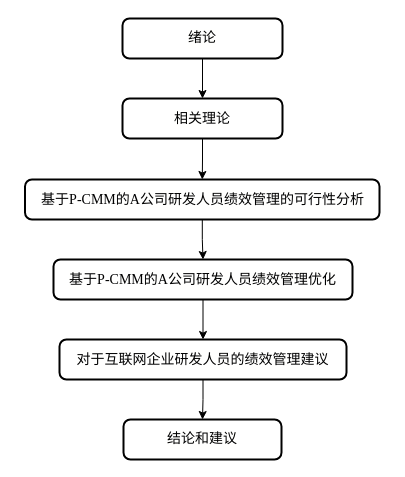
Before: 未命名绘图.drawio in guzhenhuaGitHub/draw_io, a draw.io diagram. Source tidied: cells renumbered, new cells numbered last; positions are measured from the earlier drawing's top-left corner, leaving out a move shared by most shapes. Both pictures are drawn from the tidied source at 100%, with x=0, y=0 at pixel (24, 18).
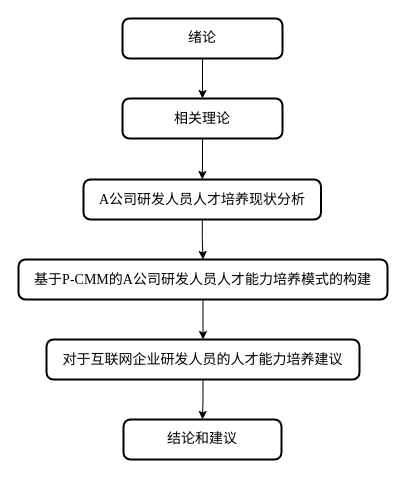
The same diagram, later.

Commit message:
更新未命名绘图.drawio

Diff of the diagram source:
```diff
@@
 <mxGraphModel>
   <root>
     <mxCell id="0" />
     <mxCell id="1" parent="0" />
     <mxCell id="2" style="edgeStyle=orthogonalEdgeStyle;rounded=0;jettySize=auto;html=1;" parent="1" edge="1" source="3" target="12">
       <mxGeometry relative="1" as="geometry" />
     </mxCell>
     <mxCell id="3" value="&lt;div style=&quot;background-color: rgb(255, 255, 254); font-family: Consolas, &amp;quot;Courier New&amp;quot;, monospace; font-size: 14px; line-height: 19px; white-space: pre;&quot;&gt;&lt;span&gt;&lt;font style=&quot;color: rgb(0, 0, 0);&quot;&gt;绪论&lt;/font&gt;&lt;/span&gt;&lt;/div&gt;" style="rounded=1;whiteSpace=wrap;html=1;absoluteArcSize=1;arcSize=14;strokeWidth=2;" parent="1" vertex="1">
       <mxGeometry x="98" width="160" height="40" as="geometry" />
     </mxCell>
     <mxCell id="4" style="edgeStyle=orthogonalEdgeStyle;rounded=0;jettySize=auto;html=1;" parent="1" edge="1" source="5" target="7">
       <mxGeometry relative="1" as="geometry" />
     </mxCell>
-    <mxCell id="5" value="&lt;div style=&quot;background-color: rgb(255, 255, 254); font-family: Consolas, &amp;quot;Courier New&amp;quot;, monospace; font-size: 14px; line-height: 19px; white-space: pre;&quot;&gt;&lt;p class=&quot;MsoNormal&quot;&gt;&lt;span style=&quot;mso-spacerun:'yes';font-family:宋体;font-size:10.5000pt;&lt;br/&gt;mso-font-kerning:1.0000pt;&quot;&gt;&lt;font face=&quot;宋体&quot;&gt;基于&lt;/font&gt;&lt;font face=&quot;Times New Roman&quot;&gt;P-CMM&lt;/font&gt;&lt;font face=&quot;宋体&quot;&gt;的&lt;/font&gt;&lt;font face=&quot;Times New Roman&quot;&gt;A&lt;/font&gt;&lt;font face=&quot;宋体&quot;&gt;公司研发人员绩效管理优化&lt;/font&gt;&lt;/span&gt;&lt;/p&gt;&lt;/div&gt;" style="rounded=1;whiteSpace=wrap;html=1;absoluteArcSize=1;arcSize=14;strokeWidth=2;" parent="1" vertex="1">
-      <mxGeometry x="29" y="241" width="299" height="40" as="geometry" />
+    <mxCell id="5" value="&lt;div style=&quot;background-color: rgb(255, 255, 254); font-family: Consolas, &amp;quot;Courier New&amp;quot;, monospace; font-size: 14px; line-height: 19px; white-space: pre;&quot;&gt;&lt;p class=&quot;MsoNormal&quot;&gt;&lt;span style=&quot;mso-spacerun:'yes';font-family:宋体;font-size:10.5000pt;&lt;br/&gt;mso-font-kerning:1.0000pt;&quot;&gt;&lt;font face=&quot;宋体&quot;&gt;基于&lt;/font&gt;&lt;font face=&quot;Times New Roman&quot;&gt;P-CMM&lt;/font&gt;&lt;font face=&quot;宋体&quot;&gt;的&lt;/font&gt;&lt;font face=&quot;Times New Roman&quot;&gt;A&lt;/font&gt;&lt;font face=&quot;宋体&quot;&gt;公司研发人员人才能力培养模式的构建&lt;/font&gt;&lt;/span&gt;&lt;/p&gt;&lt;/div&gt;" style="rounded=1;whiteSpace=wrap;html=1;absoluteArcSize=1;arcSize=14;strokeWidth=2;" parent="1" vertex="1">
+      <mxGeometry x="-6" y="241" width="369" height="40" as="geometry" />
     </mxCell>
     <mxCell id="6" style="edgeStyle=orthogonalEdgeStyle;rounded=0;jettySize=auto;html=1;" parent="1" edge="1" source="7" target="8">
       <mxGeometry relative="1" as="geometry" />
     </mxCell>
-    <mxCell id="7" value="&lt;div style=&quot;background-color: rgb(255, 255, 254); font-family: Consolas, &amp;quot;Courier New&amp;quot;, monospace; font-size: 14px; line-height: 19px; white-space: pre;&quot;&gt;&lt;p class=&quot;MsoNormal&quot;&gt;&lt;span style=&quot;mso-spacerun:'yes';font-family:宋体;font-size:10.5000pt;&lt;br/&gt;mso-font-kerning:1.0000pt;&quot;&gt;对于互联网企业研发人员的绩效管理建议&lt;/span&gt;&lt;/p&gt;&lt;/div&gt;" style="rounded=1;whiteSpace=wrap;html=1;absoluteArcSize=1;arcSize=14;strokeWidth=2;" parent="1" vertex="1">
-      <mxGeometry x="35" y="321" width="287" height="40" as="geometry" />
+    <mxCell id="7" value="&lt;div style=&quot;background-color: rgb(255, 255, 254); font-family: Consolas, &amp;quot;Courier New&amp;quot;, monospace; font-size: 14px; line-height: 19px; white-space: pre;&quot;&gt;&lt;p class=&quot;MsoNormal&quot;&gt;&lt;span style=&quot;mso-spacerun:'yes';font-family:宋体;font-size:10.5000pt;&lt;br/&gt;mso-font-kerning:1.0000pt;&quot;&gt;对于互联网企业研发人员的人才能力培养建议&lt;/span&gt;&lt;/p&gt;&lt;/div&gt;" style="rounded=1;whiteSpace=wrap;html=1;absoluteArcSize=1;arcSize=14;strokeWidth=2;" parent="1" vertex="1">
+      <mxGeometry x="22" y="321" width="313" height="40" as="geometry" />
     </mxCell>
     <mxCell id="8" value="&lt;div style=&quot;background-color: rgb(255, 255, 254); font-family: Consolas, &amp;quot;Courier New&amp;quot;, monospace; font-size: 14px; line-height: 19px; white-space: pre;&quot;&gt;&lt;div style=&quot;line-height: 19px;&quot;&gt;&lt;span style=&quot;&quot;&gt;结论和建议&lt;/span&gt;&lt;/div&gt;&lt;/div&gt;" style="rounded=1;whiteSpace=wrap;html=1;absoluteArcSize=1;arcSize=14;strokeWidth=2;fontColor=#000000;" parent="1" vertex="1">
       <mxGeometry x="99" y="401" width="158" height="40" as="geometry" />
     </mxCell>
     <mxCell id="9" style="edgeStyle=orthogonalEdgeStyle;rounded=0;jettySize=auto;html=1;" parent="1" edge="1" source="10" target="5">
       <mxGeometry relative="1" as="geometry" />
     </mxCell>
-    <mxCell id="10" value="&lt;div style=&quot;background-color: rgb(255, 255, 254); font-family: Consolas, &amp;quot;Courier New&amp;quot;, monospace; font-size: 14px; line-height: 19px; white-space: pre;&quot;&gt;&lt;p class=&quot;MsoNormal&quot;&gt;&lt;span style=&quot;mso-spacerun:'yes';font-family:宋体;font-size:10.5000pt;&lt;br/&gt;mso-font-kerning:1.0000pt;&quot;&gt;&lt;font face=&quot;宋体&quot;&gt;基于&lt;/font&gt;&lt;font face=&quot;Times New Roman&quot;&gt;P-CMM&lt;/font&gt;&lt;font face=&quot;宋体&quot;&gt;的&lt;/font&gt;&lt;font face=&quot;Times New Roman&quot;&gt;A&lt;/font&gt;&lt;font face=&quot;宋体&quot;&gt;公司研发人员绩效管理的可行性分析&lt;/font&gt;&lt;/span&gt;&lt;/p&gt;&lt;/div&gt;" style="rounded=1;whiteSpace=wrap;html=1;absoluteArcSize=1;arcSize=14;strokeWidth=2;" parent="1" vertex="1">
-      <mxGeometry x="0.5" y="161" width="354.5" height="40" as="geometry" />
+    <mxCell id="10" value="&lt;div style=&quot;background-color: rgb(255, 255, 254); font-family: Consolas, &amp;quot;Courier New&amp;quot;, monospace; font-size: 14px; line-height: 19px; white-space: pre;&quot;&gt;&lt;p class=&quot;MsoNormal&quot;&gt;&lt;span style=&quot;mso-spacerun:'yes';font-family:宋体;font-size:10.5000pt;&lt;br/&gt;mso-font-kerning:1.0000pt;&quot;&gt;&lt;font face=&quot;Times New Roman&quot;&gt;A&lt;/font&gt;&lt;font face=&quot;宋体&quot;&gt;公司研发人员人才培养现状分析&lt;/font&gt;&lt;/span&gt;&lt;/p&gt;&lt;/div&gt;" style="rounded=1;whiteSpace=wrap;html=1;absoluteArcSize=1;arcSize=14;strokeWidth=2;" parent="1" vertex="1">
+      <mxGeometry x="59" y="161" width="237.5" height="40" as="geometry" />
     </mxCell>
     <mxCell id="11" style="edgeStyle=orthogonalEdgeStyle;rounded=0;jettySize=auto;html=1;" parent="1" edge="1" source="12" target="10">
       <mxGeometry relative="1" as="geometry" />
     </mxCell>
     <mxCell id="12" value="&lt;div style=&quot;background-color: rgb(255, 255, 254); font-family: Consolas, &amp;quot;Courier New&amp;quot;, monospace; font-size: 14px; line-height: 19px; white-space: pre;&quot;&gt;&lt;p class=&quot;MsoNormal&quot;&gt;&lt;span style=&quot;mso-spacerun:'yes';font-family:宋体;font-size:10.5000pt;&lt;br/&gt;mso-font-kerning:1.0000pt;&quot;&gt;相关理论&lt;/span&gt;&lt;/p&gt;&lt;/div&gt;" style="rounded=1;whiteSpace=wrap;html=1;absoluteArcSize=1;arcSize=14;strokeWidth=2;" parent="1" vertex="1">
       <mxGeometry x="98" y="80" width="160" height="40" as="geometry" />
     </mxCell>
   </root>
 </mxGraphModel>
```
